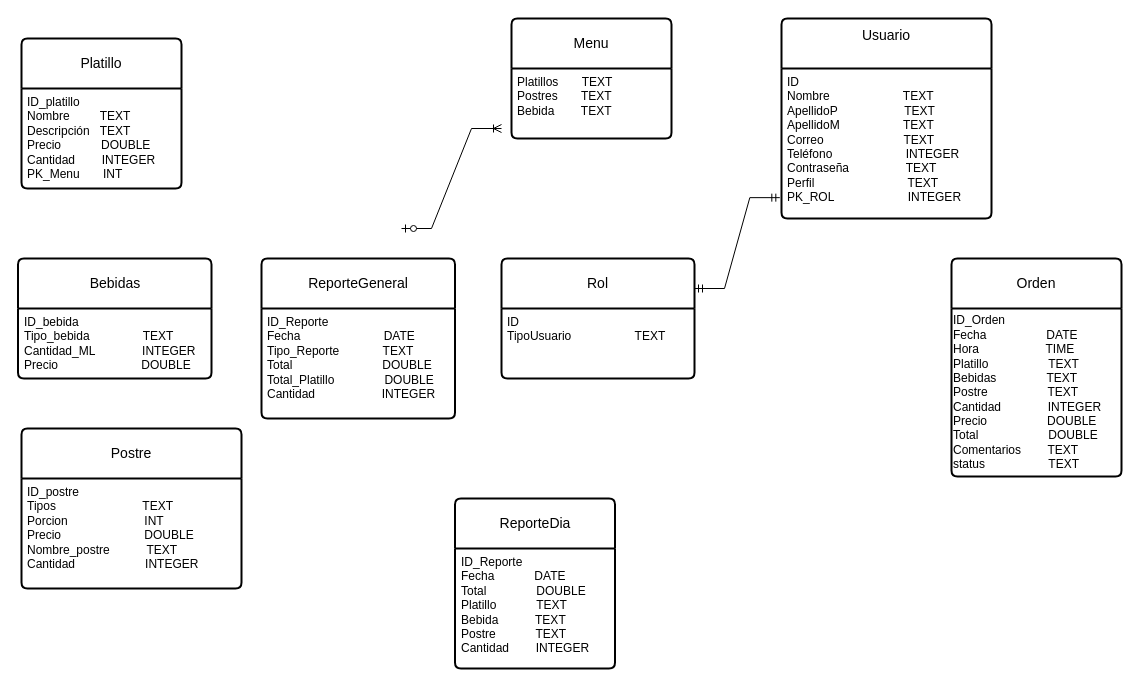
OSCARCH2002/diagramas keeps this draw.io diagram as BD_Relacional.drawio. Above is the earlier version. Source tidied: cells renumbered, new cells numbered last; positions are measured from the earlier drawing's top-left corner, leaving out a move shared by most shapes. Both pictures are drawn from the tidied source at 100%, with x=0, y=0 at pixel (17, 18).
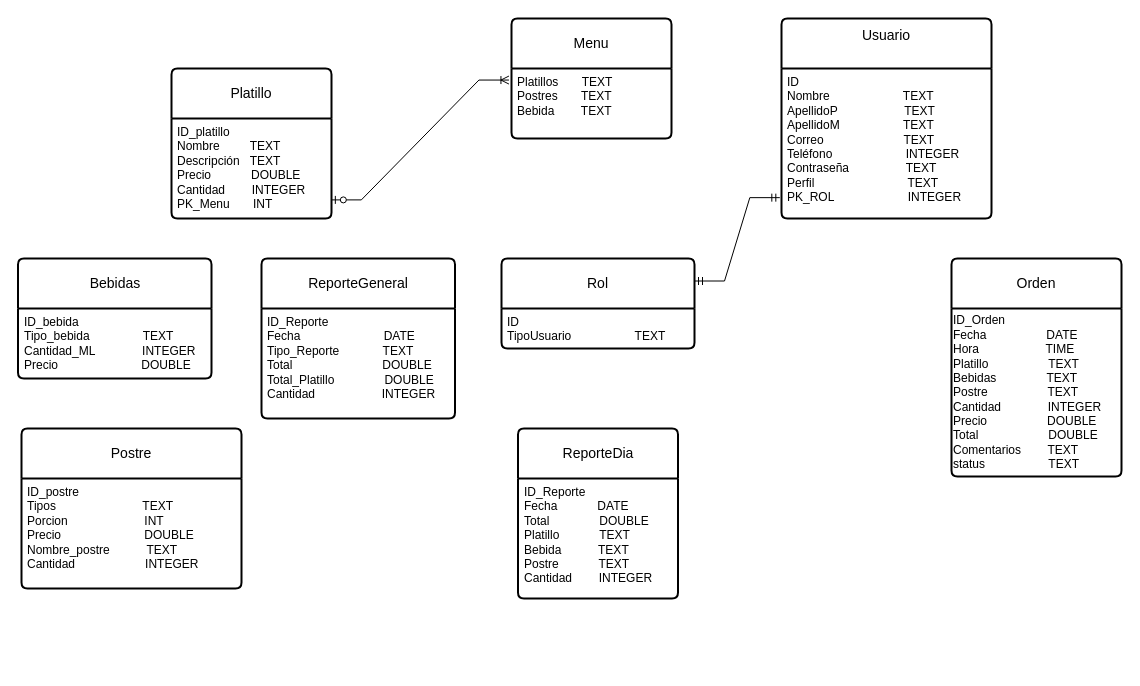
Above is the later version.

The change refers to these unchanged cells:
```xml
<mxCell id="3" value="ID_platillo&lt;div&gt;&lt;div&gt;Nombre&amp;nbsp; &amp;nbsp; &amp;nbsp; &amp;nbsp; &amp;nbsp;TEXT&lt;/div&gt;&lt;div&gt;Descripción&amp;nbsp; &amp;nbsp;TEXT&lt;/div&gt;&lt;div&gt;Precio&amp;nbsp; &amp;nbsp; &amp;nbsp; &amp;nbsp; &amp;nbsp; &amp;nbsp; DOUBLE&lt;/div&gt;&lt;div&gt;Cantidad&amp;nbsp; &amp;nbsp; &amp;nbsp; &amp;nbsp; INTEGER&lt;/div&gt;&lt;/div&gt;&lt;div&gt;PK_Menu&amp;nbsp; &amp;nbsp; &amp;nbsp; &amp;nbsp;INT&lt;/div&gt;" style="align=left;strokeColor=none;fillColor=none;spacingLeft=4;spacingRight=4;fontSize=12;verticalAlign=top;html=1;whiteSpace=wrap;" parent="2" vertex="1">
  <mxGeometry y="50" width="160" height="100" as="geometry" />
</mxCell>
<mxCell id="7" value="Platillos&amp;nbsp; &amp;nbsp; &amp;nbsp; &amp;nbsp;TEXT&lt;div&gt;Postres&amp;nbsp; &amp;nbsp; &amp;nbsp; &amp;nbsp;TEXT&lt;/div&gt;&lt;div&gt;Bebida&amp;nbsp; &amp;nbsp; &amp;nbsp; &amp;nbsp; TEXT&lt;/div&gt;" style="align=left;strokeColor=none;fillColor=none;spacingLeft=4;spacingRight=4;fontSize=12;verticalAlign=top;html=1;whiteSpace=wrap;" parent="6" vertex="1">
  <mxGeometry y="50" width="160" height="70" as="geometry" />
</mxCell>
```

The edit, as a diff of the source:
```diff
@@
     <mxCell id="2" value="Platillo" style="swimlane;horizontal=1;startSize=50;rounded=1;fontSize=14;fontStyle=0;strokeWidth=2;shadow=0;dashed=0;align=center;arcSize=4;whiteSpace=wrap;html=1;" parent="1" vertex="1">
-      <mxGeometry x="4" y="20" width="160" height="150" as="geometry" />
+      <mxGeometry x="154" y="50" width="160" height="150" as="geometry" />
     </mxCell>
@@
     <mxCell id="4" value="&lt;div&gt;ReporteDia&lt;/div&gt;" style="swimlane;horizontal=1;startSize=50;rounded=1;fontSize=14;fontStyle=0;strokeWidth=2;shadow=0;dashed=0;align=center;arcSize=4;whiteSpace=wrap;html=1;" parent="1" vertex="1">
-      <mxGeometry x="437.5" y="480" width="160" height="170" as="geometry" />
+      <mxGeometry x="500.5" y="410" width="160" height="170" as="geometry" />
     </mxCell>
@@
     <mxCell id="12" value="Rol" style="swimlane;horizontal=1;startSize=50;rounded=1;fontSize=14;fontStyle=0;strokeWidth=2;shadow=0;dashed=0;align=center;arcSize=4;whiteSpace=wrap;html=1;" parent="1" vertex="1">
-      <mxGeometry x="484" y="240" width="193" height="120" as="geometry" />
+      <mxGeometry x="484" y="240" width="193" height="90" as="geometry" />
     </mxCell>
     <mxCell id="13" value="ID&lt;div&gt;&lt;span style=&quot;background-color: transparent; color: light-dark(rgb(0, 0, 0), rgb(255, 255, 255));&quot;&gt;TipoUsuario&amp;nbsp; &amp;nbsp; &amp;nbsp; &amp;nbsp; &amp;nbsp; &amp;nbsp; &amp;nbsp; &amp;nbsp; &amp;nbsp; &amp;nbsp;TEXT&lt;/span&gt;&lt;/div&gt;" style="align=left;strokeColor=none;fillColor=none;spacingLeft=4;spacingRight=4;fontSize=12;verticalAlign=top;html=1;whiteSpace=wrap;" parent="12" vertex="1">
-      <mxGeometry y="50" width="193" height="70" as="geometry" />
+      <mxGeometry y="50" width="193" height="40" as="geometry" />
     </mxCell>
@@
-    <mxCell id="21" style="edgeStyle=entityRelationEdgeStyle;fontSize=12;html=1;endArrow=ERoneToMany;startArrow=ERzeroToOne;rounded=0;" parent="1" edge="1">
-      <mxGeometry relative="1" as="geometry">
-        <mxPoint x="384" y="210" as="sourcePoint" />
-        <mxPoint x="484" y="110" as="targetPoint" />
-      </mxGeometry>
+    <mxCell id="21" style="edgeStyle=entityRelationEdgeStyle;fontSize=12;html=1;endArrow=ERoneToMany;startArrow=ERzeroToOne;rounded=0;entryX=-0.016;entryY=0.165;entryDx=0;entryDy=0;entryPerimeter=0;exitX=0.999;exitY=0.814;exitDx=0;exitDy=0;exitPerimeter=0;" parent="1" edge="1" source="3" target="7">
+      <mxGeometry relative="1" as="geometry" />
     </mxCell>
```
